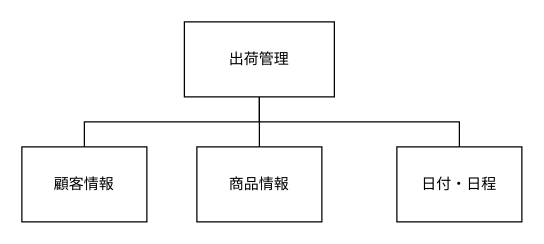
Yamanin3/system-devel keeps this draw.io diagram as サブシステム構造図/出荷管理.drawio. Above is the earlier version. Source tidied: cells renumbered, new cells numbered last; positions are measured from the earlier drawing's top-left corner, leaving out a move shared by most shapes. Both pictures are drawn from the tidied source at 125%, with x=0, y=0 at pixel (21, 21).
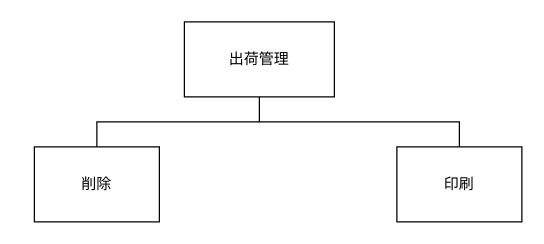
Above is the later version.

Commit message:
出荷管理を修正

Change to the diagram source:
```diff
@@
 <mxGraphModel>
   <root>
     <mxCell id="0" />
     <mxCell id="1" parent="0" />
     <mxCell id="2" value="出荷管理" style="whiteSpace=wrap;html=1;align=center;" parent="1" vertex="1">
       <mxGeometry x="130" width="120" height="60" as="geometry" />
     </mxCell>
-    <mxCell id="3" value="商品情報" style="whiteSpace=wrap;html=1;align=center;verticalAlign=middle;" parent="1" vertex="1">
-      <mxGeometry x="140" y="100" width="100" height="60" as="geometry" />
-    </mxCell>
-    <mxCell id="4" style="edgeStyle=elbowEdgeStyle;elbow=vertical;startArrow=none;endArrow=none;rounded=0;exitX=0.5;exitY=1;exitDx=0;exitDy=0;" parent="1" edge="1" source="2" target="3">
-      <mxGeometry relative="1" as="geometry" />
-    </mxCell>
-    <mxCell id="5" value="顧客情報" style="whiteSpace=wrap;html=1;align=center;verticalAlign=middle;" parent="1" vertex="1">
-      <mxGeometry y="100" width="100" height="60" as="geometry" />
+    <mxCell id="5" value="印刷" style="whiteSpace=wrap;html=1;align=center;verticalAlign=middle;" parent="1" vertex="1">
+      <mxGeometry x="300" y="100" width="100" height="60" as="geometry" />
     </mxCell>
     <mxCell id="6" style="edgeStyle=elbowEdgeStyle;elbow=vertical;startArrow=none;endArrow=none;rounded=0;exitX=0.5;exitY=1;exitDx=0;exitDy=0;" parent="1" edge="1" source="2" target="5">
       <mxGeometry relative="1" as="geometry" />
     </mxCell>
-    <mxCell id="7" value="日付・日程" style="whiteSpace=wrap;html=1;align=center;verticalAlign=middle;" parent="1" vertex="1">
-      <mxGeometry x="300" y="100" width="100" height="60" as="geometry" />
+    <mxCell id="7" value="削除" style="whiteSpace=wrap;html=1;align=center;verticalAlign=middle;" parent="1" vertex="1">
+      <mxGeometry x="10" y="100" width="100" height="60" as="geometry" />
     </mxCell>
     <mxCell id="8" style="edgeStyle=elbowEdgeStyle;elbow=vertical;startArrow=none;endArrow=none;rounded=0;" parent="1" edge="1" target="7">
       <mxGeometry relative="1" as="geometry">
         <mxPoint x="190" y="80" as="sourcePoint" />
         <Array as="points">
-          <mxPoint x="270" y="80" />
+          <mxPoint x="130" y="80" />
         </Array>
       </mxGeometry>
     </mxCell>
   </root>
 </mxGraphModel>
```
